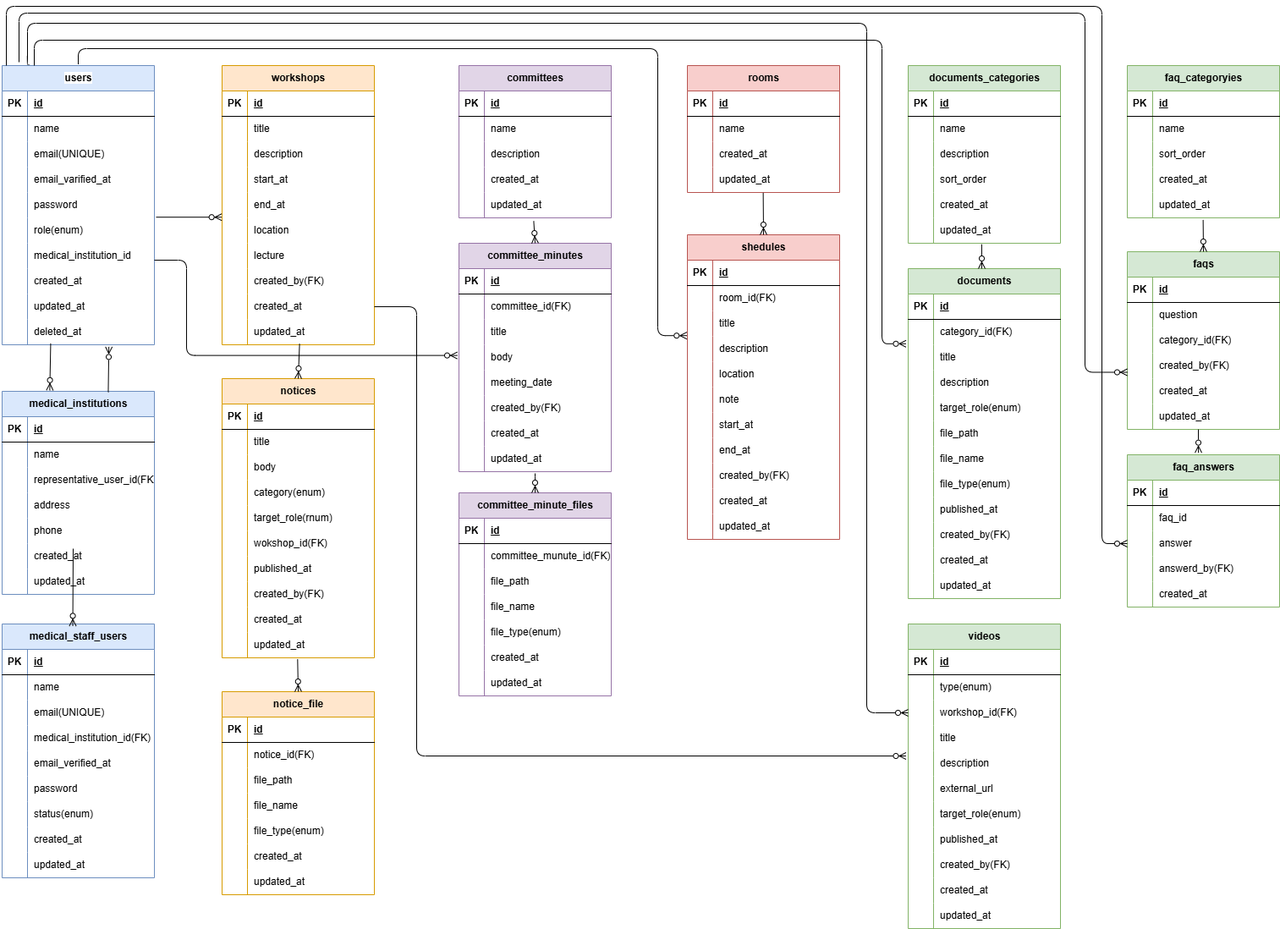
Earlier version of the draw.io export index.drawio.png (yun-0312/member-portal). Source tidied: cells renumbered, new cells last; positions are measured from the earlier drawing's top-left corner, leaving out a move shared by most shapes.
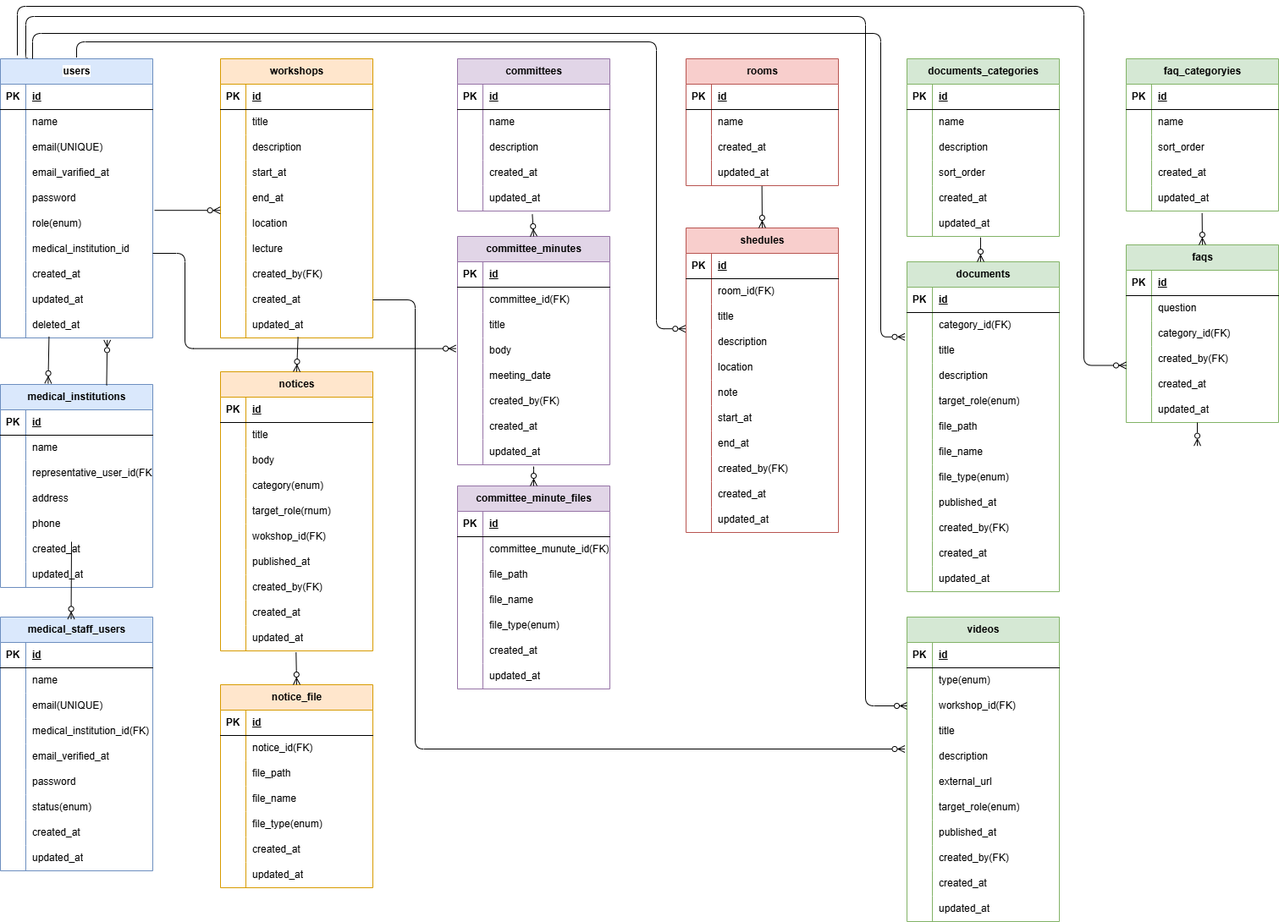
The same diagram one commit later.

What changed in the source:
```diff
@@ -1205,54 +1205,6 @@
     <mxCell id="402" value="updated_at" style="shape=partialRectangle;fillColor=none;top=0;left=0;bottom=0;right=0;align=left;spacingLeft=6;overflow=hidden;whiteSpace=wrap;html=1;" parent="400" vertex="1">
       <mxGeometry x="30" width="150" height="30" as="geometry" />
     </mxCell>
-    <mxCell id="403" value="faq_answers" style="shape=table;startSize=30;rowLines=0;fontStyle=1;align=center;html=1;fillColor=#d5e8d4;strokeColor=#82b366;" parent="1" vertex="1">
-      <mxGeometry x="1330" y="530" width="180" height="180" as="geometry" />
-    </mxCell>
-    <mxCell id="404" style="shape=tableRow;horizontal=0;startSize=0;swimlaneHead=0;swimlaneBody=0;fillColor=none;top=0;left=0;right=0;bottom=1;" parent="403" vertex="1">
-      <mxGeometry y="30" width="180" height="30" as="geometry" />
-    </mxCell>
-    <mxCell id="405" value="PK" style="shape=partialRectangle;fillColor=none;top=0;left=0;bottom=0;right=0;fontStyle=1;overflow=hidden;whiteSpace=wrap;html=1;" parent="404" vertex="1">
-      <mxGeometry width="30" height="30" as="geometry" />
-    </mxCell>
-    <mxCell id="406" value="id" style="shape=partialRectangle;fillColor=none;top=0;left=0;bottom=0;right=0;align=left;spacingLeft=6;fontStyle=5;overflow=hidden;whiteSpace=wrap;html=1;" parent="404" vertex="1">
-      <mxGeometry x="30" width="150" height="30" as="geometry" />
-    </mxCell>
-    <mxCell id="407" style="shape=tableRow;horizontal=0;startSize=0;swimlaneHead=0;swimlaneBody=0;fillColor=none;top=0;left=0;right=0;bottom=0;" parent="403" vertex="1">
-      <mxGeometry y="60" width="180" height="30" as="geometry" />
-    </mxCell>
-    <mxCell id="408" style="shape=partialRectangle;fillColor=none;top=0;left=0;bottom=0;right=0;overflow=hidden;whiteSpace=wrap;html=1;" parent="407" vertex="1">
-      <mxGeometry width="30" height="30" as="geometry" />
-    </mxCell>
-    <mxCell id="409" value="faq_id" style="shape=partialRectangle;fillColor=none;top=0;left=0;bottom=0;right=0;align=left;spacingLeft=6;overflow=hidden;whiteSpace=wrap;html=1;" parent="407" vertex="1">
-      <mxGeometry x="30" width="150" height="30" as="geometry" />
-    </mxCell>
-    <mxCell id="410" style="shape=tableRow;horizontal=0;startSize=0;swimlaneHead=0;swimlaneBody=0;fillColor=none;points=[[0,0.5],[1,0.5]];portConstraint=eastwest;top=0;left=0;right=0;bottom=0;" parent="403" vertex="1">
-      <mxGeometry y="90" width="180" height="30" as="geometry" />
-    </mxCell>
-    <mxCell id="411" style="shape=partialRectangle;fillColor=none;top=0;left=0;bottom=0;right=0;overflow=hidden;whiteSpace=wrap;html=1;" parent="410" vertex="1">
-      <mxGeometry width="30" height="30" as="geometry" />
-    </mxCell>
-    <mxCell id="412" value="answer" style="shape=partialRectangle;fillColor=none;top=0;left=0;bottom=0;right=0;align=left;spacingLeft=6;overflow=hidden;whiteSpace=wrap;html=1;" parent="410" vertex="1">
-      <mxGeometry x="30" width="150" height="30" as="geometry" />
-    </mxCell>
-    <mxCell id="413" style="shape=tableRow;horizontal=0;startSize=0;swimlaneHead=0;swimlaneBody=0;fillColor=none;top=0;left=0;right=0;bottom=0;" parent="403" vertex="1">
-      <mxGeometry y="120" width="180" height="30" as="geometry" />
-    </mxCell>
-    <mxCell id="414" style="shape=partialRectangle;fillColor=none;top=0;left=0;bottom=0;right=0;overflow=hidden;whiteSpace=wrap;html=1;" parent="413" vertex="1">
-      <mxGeometry width="30" height="30" as="geometry" />
-    </mxCell>
-    <mxCell id="415" value="answerd_by(FK)" style="shape=partialRectangle;fillColor=none;top=0;left=0;bottom=0;right=0;align=left;spacingLeft=6;overflow=hidden;whiteSpace=wrap;html=1;" parent="413" vertex="1">
-      <mxGeometry x="30" width="150" height="30" as="geometry" />
-    </mxCell>
-    <mxCell id="416" style="shape=tableRow;horizontal=0;startSize=0;swimlaneHead=0;swimlaneBody=0;fillColor=none;top=0;left=0;right=0;bottom=0;" parent="403" vertex="1">
-      <mxGeometry y="150" width="180" height="30" as="geometry" />
-    </mxCell>
-    <mxCell id="417" style="shape=partialRectangle;fillColor=none;top=0;left=0;bottom=0;right=0;overflow=hidden;whiteSpace=wrap;html=1;" parent="416" vertex="1">
-      <mxGeometry width="30" height="30" as="geometry" />
-    </mxCell>
-    <mxCell id="418" value="created_at" style="shape=partialRectangle;fillColor=none;top=0;left=0;bottom=0;right=0;align=left;spacingLeft=6;overflow=hidden;whiteSpace=wrap;html=1;" parent="416" vertex="1">
-      <mxGeometry x="30" width="150" height="30" as="geometry" />
-    </mxCell>
     <mxCell id="419" style="fontSize=12;html=1;endArrow=ERzeroToMany;endFill=0;entryX=0.701;entryY=1.08;entryDx=0;entryDy=0;entryPerimeter=0;exitX=0.697;exitY=0.004;exitDx=0;exitDy=0;exitPerimeter=0;" parent="1" edge="1" source="33" target="30">
       <mxGeometry relative="1" as="geometry" />
     </mxCell>
@@ -1342,9 +1294,10 @@
     <mxCell id="434" style="fontSize=12;html=1;endArrow=ERzeroToMany;exitX=0.498;exitY=1.08;exitDx=0;exitDy=0;exitPerimeter=0;endFill=0;entryX=0.5;entryY=0;entryDx=0;entryDy=0;" parent="1" edge="1" source="381" target="384">
       <mxGeometry relative="1" as="geometry" />
     </mxCell>
-    <mxCell id="435" style="fontSize=12;html=1;endArrow=ERzeroToMany;endFill=0;entryX=0.467;entryY=-0.013;entryDx=0;entryDy=0;entryPerimeter=0;" parent="1" edge="1" target="403">
+    <mxCell id="435" style="fontSize=12;html=1;endArrow=ERzeroToMany;endFill=0;entryX=0.467;entryY=-0.013;entryDx=0;entryDy=0;entryPerimeter=0;" parent="1" edge="1">
       <mxGeometry relative="1" as="geometry">
         <mxPoint x="1414" y="500" as="sourcePoint" />
+        <mxPoint x="1414.1" y="527.7" as="targetPoint" />
       </mxGeometry>
     </mxCell>
     <mxCell id="436" style="edgeStyle=orthogonalEdgeStyle;fontSize=12;html=1;endArrow=ERzeroToMany;entryX=0;entryY=0.5;entryDx=0;entryDy=0;endFill=0;" parent="1" edge="1">
@@ -1358,15 +1311,5 @@
         </Array>
       </mxGeometry>
     </mxCell>
-    <mxCell id="437" style="edgeStyle=orthogonalEdgeStyle;fontSize=12;html=1;endArrow=ERzeroToMany;entryX=0;entryY=0.5;entryDx=0;entryDy=0;endFill=0;" parent="1" edge="1" target="410">
-      <mxGeometry relative="1" as="geometry">
-        <mxPoint x="5" y="70" as="sourcePoint" />
-        <Array as="points">
-          <mxPoint x="5" />
-          <mxPoint x="1300" />
-          <mxPoint x="1300" y="635" />
-        </Array>
-      </mxGeometry>
-    </mxCell>
   </root>
 </mxGraphModel>
```
